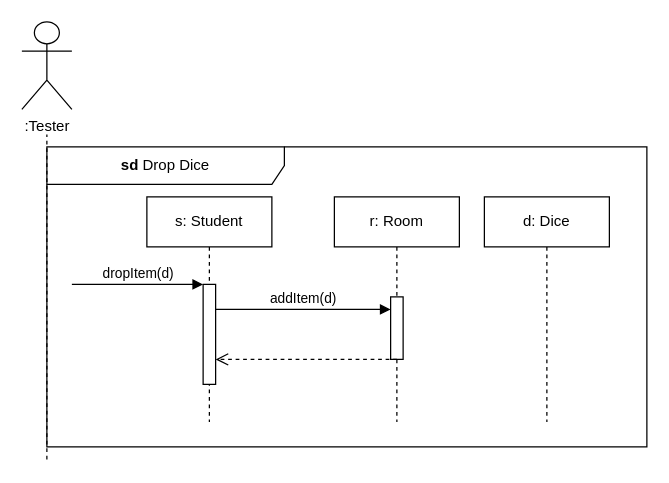
The draw.io diagram page "Drop Dice" (20 of 35) of Beadások/4. Beadás/Szekvencia.drawio in XanleR/U.B.R.---Projlab-2024, before the edit. Source tidied: cells renumbered, new cells numbered last; positions are measured from the earlier drawing's top-left corner, leaving out a move shared by most shapes. Both pictures are drawn from the tidied source at 125%, with x=0, y=0 at pixel (21, 21).
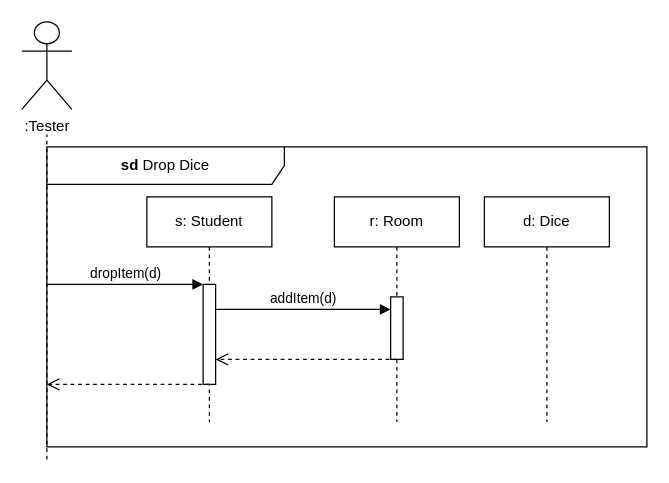
Above is the later version.

Unchanged cells that the change refers to:
```xml
<mxCell id="2" value="s: Student" style="shape=umlLifeline;perimeter=lifelinePerimeter;whiteSpace=wrap;html=1;newEdgeStyle={&quot;edgeStyle&quot;:&quot;elbowEdgeStyle&quot;,&quot;elbow&quot;:&quot;vertical&quot;,&quot;curved&quot;:0,&quot;rounded&quot;:0};" parent="1" vertex="1">
  <mxGeometry x="100" y="140" width="100" height="180" as="geometry" />
</mxCell>
<mxCell id="3" style="html=1;points=[];perimeter=orthogonalPerimeter;outlineConnect=0;targetShapes=umlLifeline;portConstraint=eastwest;newEdgeStyle={&quot;edgeStyle&quot;:&quot;elbowEdgeStyle&quot;,&quot;elbow&quot;:&quot;vertical&quot;,&quot;curved&quot;:0,&quot;rounded&quot;:0};" parent="2" vertex="1">
  <mxGeometry x="45" y="70" width="10" height="80" as="geometry" />
</mxCell>
```

What changed in the source:
```diff
@@
     <mxCell id="4" value="dropItem(d)" style="html=1;verticalAlign=bottom;startArrow=none;endArrow=block;startSize=8;edgeStyle=elbowEdgeStyle;elbow=horizontal;curved=0;rounded=0;startFill=0;" parent="2" edge="1" target="3">
       <mxGeometry relative="1" as="geometry">
-        <mxPoint x="-60" y="70" as="sourcePoint" />
+        <mxPoint x="-80" y="70" as="sourcePoint" />
         <Array as="points">
           <mxPoint x="10" y="70" />
         </Array>
       </mxGeometry>
     </mxCell>
@@
+    <mxCell id="13" style="html=1;verticalAlign=bottom;endArrow=open;dashed=1;endSize=8;edgeStyle=elbowEdgeStyle;elbow=horizontal;curved=0;rounded=0;" parent="1" edge="1">
+      <mxGeometry relative="1" as="geometry">
+        <mxPoint x="150" y="290" as="sourcePoint" />
+        <mxPoint x="20" y="290" as="targetPoint" />
+        <Array as="points">
+          <mxPoint x="135" y="290" />
+          <mxPoint x="75" y="410" />
+        </Array>
+      </mxGeometry>
+    </mxCell>
```
